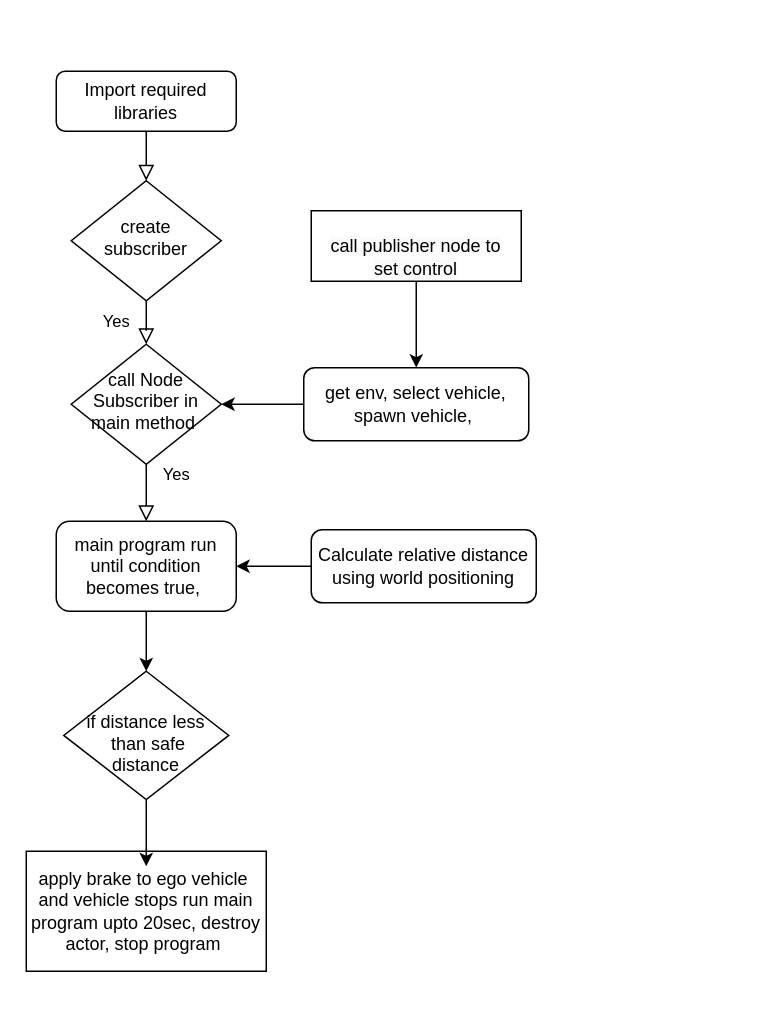
The draw.io diagram Untitled Diagram.drawio in bapukokare/assignment, before the edit. Source tidied: cells renumbered, new cells numbered last; positions are measured from the earlier drawing's top-left corner, leaving out a move shared by most shapes. Both pictures are drawn from the tidied source at 150%, with x=0, y=0 at pixel (26, 70).
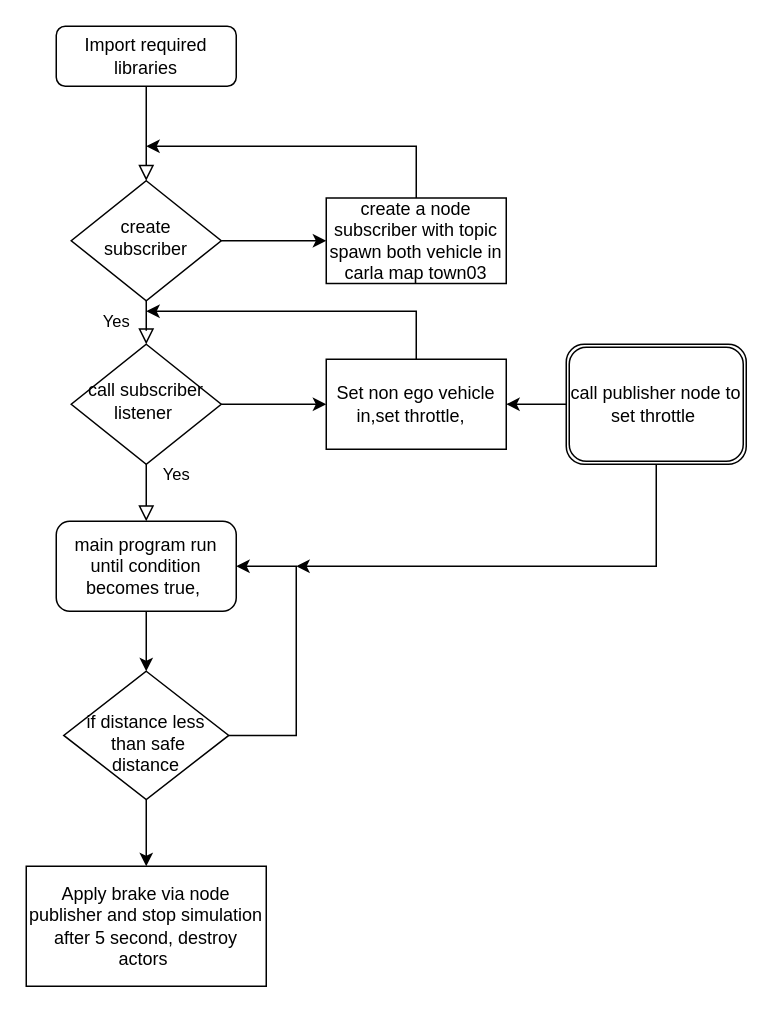
The same page after the edit.

Unchanged cells that the change refers to:
```xml
<mxCell id="5" value="create subscriber" style="rhombus;whiteSpace=wrap;html=1;shadow=0;fontFamily=Helvetica;fontSize=12;align=center;strokeWidth=1;spacing=6;spacingTop=-4;" parent="1" vertex="1">
  <mxGeometry x="30" y="73" width="100" height="80" as="geometry" />
</mxCell>
<mxCell id="11" value="main program run until condition becomes true,&amp;nbsp;" style="rounded=1;whiteSpace=wrap;html=1;" parent="1" vertex="1">
  <mxGeometry x="20" y="300" width="120" height="60" as="geometry" />
</mxCell>
<mxCell id="14" value="&lt;br&gt;if distance less&lt;br&gt;&amp;nbsp;than safe &lt;br&gt;distance" style="rhombus;whiteSpace=wrap;html=1;shadow=0;fontFamily=Helvetica;fontSize=12;align=center;strokeWidth=1;spacing=6;spacingTop=-4;" parent="1" vertex="1">
  <mxGeometry x="25" y="400" width="110" height="85.5" as="geometry" />
</mxCell>
```

What changed in the source:
```diff
@@
     <mxCell id="3" value="Import required libraries" style="rounded=1;whiteSpace=wrap;html=1;fontSize=12;glass=0;strokeWidth=1;shadow=0;" parent="1" vertex="1">
-      <mxGeometry x="20" width="120" height="40" as="geometry" />
+      <mxGeometry x="20" y="-30" width="120" height="40" as="geometry" />
     </mxCell>
@@
+    <mxCell id="19" style="edgeStyle=orthogonalEdgeStyle;rounded=0;jettySize=auto;html=1;" parent="1" edge="1" source="5" target="23">
+      <mxGeometry relative="1" as="geometry" />
+    </mxCell>
@@
+    <mxCell id="20" style="edgeStyle=orthogonalEdgeStyle;rounded=0;jettySize=auto;html=1;entryX=0;entryY=0.5;entryDx=0;entryDy=0;" parent="1" edge="1" source="7" target="25">
+      <mxGeometry relative="1" as="geometry" />
+    </mxCell>
-    <mxCell id="7" value="call Node Subscriber in main method&amp;nbsp;" style="rhombus;whiteSpace=wrap;html=1;shadow=0;fontFamily=Helvetica;fontSize=12;align=center;strokeWidth=1;spacing=6;spacingTop=-4;" parent="1" vertex="1">
+    <mxCell id="7" value="call subscriber listener&amp;nbsp;" style="rhombus;whiteSpace=wrap;html=1;shadow=0;fontFamily=Helvetica;fontSize=12;align=center;strokeWidth=1;spacing=6;spacingTop=-4;" parent="1" vertex="1">
       <mxGeometry x="30" y="182" width="100" height="80" as="geometry" />
     </mxCell>
-    <mxCell id="8" style="edgeStyle=orthogonalEdgeStyle;rounded=0;jettySize=auto;html=1;entryX=1;entryY=0.5;entryDx=0;entryDy=0;" parent="1" edge="1" source="9" target="11">
-      <mxGeometry relative="1" as="geometry" />
-    </mxCell>
-    <mxCell id="9" value="Calculate relative distance using world positioning" style="rounded=1;whiteSpace=wrap;html=1;fontSize=12;glass=0;strokeWidth=1;shadow=0;" parent="1" vertex="1">
-      <mxGeometry x="190" y="305.6" width="150" height="48.8" as="geometry" />
-    </mxCell>
@@
-    <mxCell id="12" value="apply brake to ego vehicle&amp;nbsp; and vehicle stops run main program upto 20sec, destroy actor, stop program&amp;nbsp;" style="rounded=0;whiteSpace=wrap;html=1;" parent="1" vertex="1">
-      <mxGeometry y="520" width="160" height="80" as="geometry" />
+    <mxCell id="12" value="Apply brake via node publisher and stop simulation after 5 second, destroy actors&amp;nbsp;" style="rounded=0;whiteSpace=wrap;html=1;" parent="1" vertex="1">
+      <mxGeometry y="530" width="160" height="80" as="geometry" />
     </mxCell>
@@
+    <mxCell id="21" style="edgeStyle=elbowEdgeStyle;rounded=0;jettySize=auto;html=1;entryX=1;entryY=0.5;entryDx=0;entryDy=0;" parent="1" edge="1" source="14" target="11">
+      <mxGeometry relative="1" as="geometry">
+        <Array as="points">
+          <mxPoint x="180" y="390" />
+        </Array>
+      </mxGeometry>
+    </mxCell>
@@
-    <mxCell id="15" style="edgeStyle=orthogonalEdgeStyle;rounded=0;jettySize=auto;html=1;entryX=0.5;entryY=0;entryDx=0;entryDy=0;exitX=0.5;exitY=1;exitDx=0;exitDy=0;" parent="1" edge="1" source="18" target="17">
-      <mxGeometry relative="1" as="geometry" />
-    </mxCell>
-    <mxCell id="16" style="edgeStyle=orthogonalEdgeStyle;rounded=0;jettySize=auto;html=1;entryX=1;entryY=0.5;entryDx=0;entryDy=0;" parent="1" edge="1" source="17" target="7">
-      <mxGeometry relative="1" as="geometry" />
-    </mxCell>
-    <mxCell id="17" value="get env, select vehicle, spawn vehicle,&amp;nbsp;" style="rounded=1;whiteSpace=wrap;html=1;fontSize=12;glass=0;strokeWidth=1;shadow=0;" parent="1" vertex="1">
-      <mxGeometry x="185" y="197.6" width="150" height="48.8" as="geometry" />
-    </mxCell>
-    <mxCell id="18" value="&lt;br&gt;&lt;span style=&quot;color: rgb(0, 0, 0); font-family: Helvetica; font-size: 12px; font-style: normal; font-variant-ligatures: normal; font-variant-caps: normal; font-weight: 400; letter-spacing: normal; orphans: 2; text-align: center; text-indent: 0px; text-transform: none; widows: 2; word-spacing: 0px; -webkit-text-stroke-width: 0px; background-color: rgb(251, 251, 251); text-decoration-thickness: initial; text-decoration-style: initial; text-decoration-color: initial; float: none; display: inline !important;&quot;&gt;call&amp;nbsp;&lt;/span&gt;&lt;span style=&quot;color: rgb(0, 0, 0); font-family: Helvetica; font-size: 12px; font-style: normal; font-variant-ligatures: normal; font-variant-caps: normal; font-weight: 400; letter-spacing: normal; orphans: 2; text-align: center; text-indent: 0px; text-transform: none; widows: 2; word-spacing: 0px; -webkit-text-stroke-width: 0px; background-color: rgb(251, 251, 251); text-decoration-thickness: initial; text-decoration-style: initial; text-decoration-color: initial; float: none; display: inline !important;&quot;&gt;publisher&amp;nbsp;&lt;/span&gt;&lt;span style=&quot;color: rgb(0, 0, 0); font-family: Helvetica; font-size: 12px; font-style: normal; font-variant-ligatures: normal; font-variant-caps: normal; font-weight: 400; letter-spacing: normal; orphans: 2; text-align: center; text-indent: 0px; text-transform: none; widows: 2; word-spacing: 0px; -webkit-text-stroke-width: 0px; background-color: rgb(251, 251, 251); text-decoration-thickness: initial; text-decoration-style: initial; text-decoration-color: initial; float: none; display: inline !important;&quot;&gt;node to&lt;/span&gt;&lt;br style=&quot;border-color: var(--border-color); color: rgb(0, 0, 0); font-family: Helvetica; font-size: 12px; font-style: normal; font-variant-ligatures: normal; font-variant-caps: normal; font-weight: 400; letter-spacing: normal; orphans: 2; text-align: center; text-indent: 0px; text-transform: none; widows: 2; word-spacing: 0px; -webkit-text-stroke-width: 0px; background-color: rgb(251, 251, 251); text-decoration-thickness: initial; text-decoration-style: initial; text-decoration-color: initial;&quot;&gt;&lt;span style=&quot;color: rgb(0, 0, 0); font-family: Helvetica; font-size: 12px; font-style: normal; font-variant-ligatures: normal; font-variant-caps: normal; font-weight: 400; letter-spacing: normal; orphans: 2; text-align: center; text-indent: 0px; text-transform: none; widows: 2; word-spacing: 0px; -webkit-text-stroke-width: 0px; background-color: rgb(251, 251, 251); text-decoration-thickness: initial; text-decoration-style: initial; text-decoration-color: initial; float: none; display: inline !important;&quot;&gt;set control&lt;/span&gt;&lt;br&gt;" style="rounded=0;whiteSpace=wrap;html=1;" parent="1" vertex="1">
-      <mxGeometry x="190" y="93" width="140" height="47" as="geometry" />
-    </mxCell>
+    <mxCell id="22" style="edgeStyle=elbowEdgeStyle;rounded=0;jettySize=auto;html=1;exitX=0.5;exitY=0;exitDx=0;exitDy=0;" parent="1" edge="1" source="23">
+      <mxGeometry relative="1" as="geometry">
+        <mxPoint x="80" y="50" as="targetPoint" />
+        <Array as="points">
+          <mxPoint x="260" y="70" />
+        </Array>
+      </mxGeometry>
+    </mxCell>
+    <mxCell id="23" value="create a node subscriber with topic spawn both vehicle in carla map town03" style="rounded=0;whiteSpace=wrap;html=1;" parent="1" vertex="1">
+      <mxGeometry x="200" y="84.5" width="120" height="57" as="geometry" />
+    </mxCell>
+    <mxCell id="24" style="edgeStyle=elbowEdgeStyle;rounded=0;jettySize=auto;html=1;exitX=0.5;exitY=0;exitDx=0;exitDy=0;" parent="1" edge="1" source="25">
+      <mxGeometry relative="1" as="geometry">
+        <mxPoint x="80" y="160" as="targetPoint" />
+        <Array as="points">
+          <mxPoint x="260" y="170" />
+        </Array>
+      </mxGeometry>
+    </mxCell>
+    <mxCell id="25" value="Set non ego vehicle in,set throttle,&amp;nbsp;&amp;nbsp;" style="rounded=0;whiteSpace=wrap;html=1;" parent="1" vertex="1">
+      <mxGeometry x="200" y="192" width="120" height="60" as="geometry" />
+    </mxCell>
+    <mxCell id="26" style="edgeStyle=elbowEdgeStyle;rounded=0;jettySize=auto;html=1;entryX=1;entryY=0.5;entryDx=0;entryDy=0;" parent="1" edge="1" source="28" target="25">
+      <mxGeometry relative="1" as="geometry" />
+    </mxCell>
+    <mxCell id="27" style="edgeStyle=elbowEdgeStyle;rounded=0;jettySize=auto;html=1;exitX=0.5;exitY=1;exitDx=0;exitDy=0;" parent="1" edge="1" source="28">
+      <mxGeometry relative="1" as="geometry">
+        <mxPoint x="180" y="330" as="targetPoint" />
+        <Array as="points">
+          <mxPoint x="420" y="300" />
+        </Array>
+      </mxGeometry>
+    </mxCell>
+    <mxCell id="28" value="call publisher node to set throttle&amp;nbsp;" style="shape=ext;double=1;rounded=1;whiteSpace=wrap;html=1;" parent="1" vertex="1">
+      <mxGeometry x="360" y="182" width="120" height="80" as="geometry" />
+    </mxCell>
```
